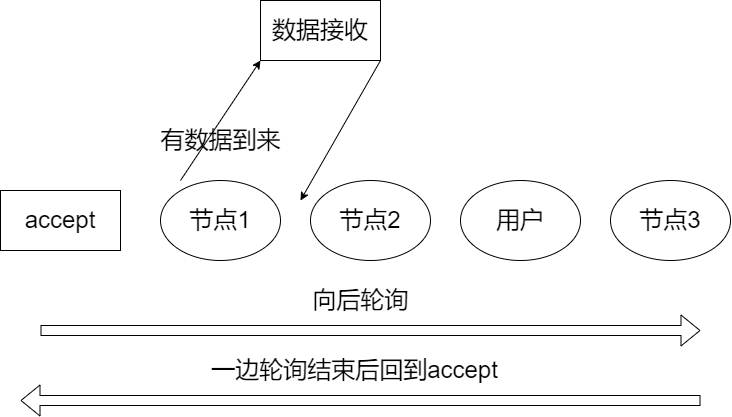
Earlier version of the draw.io export 系统流程图/轮询节点设计.png (PDsday/graduation_file). Source tidied: cells renumbered, new cells last; positions are measured from the earlier drawing's top-left corner, leaving out a move shared by most shapes.
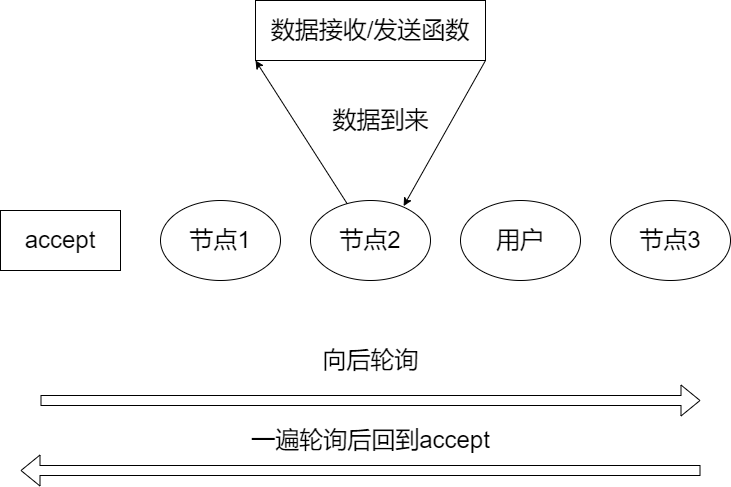
Later version of the same file.

Change to the diagram source:
```diff
@@ -17,39 +17,35 @@
     <mxCell id="6" value="&lt;span style=&quot;font-size: 24px;&quot;&gt;用户&lt;/span&gt;" style="ellipse;whiteSpace=wrap;html=1;" parent="1" vertex="1">
       <mxGeometry x="460" y="180" width="120" height="80" as="geometry" />
     </mxCell>
-    <mxCell id="7" style="endArrow=classic;html=1;fontSize=24;entryX=0;entryY=1;entryDx=0;entryDy=0;" parent="1" edge="1" target="8">
-      <mxGeometry relative="1" as="geometry">
-        <mxPoint x="180" y="180" as="sourcePoint" />
-      </mxGeometry>
+    <mxCell id="7" style="endArrow=classic;html=1;fontSize=24;entryX=0;entryY=1;entryDx=0;entryDy=0;" parent="1" edge="1" source="4" target="8">
+      <mxGeometry relative="1" as="geometry" />
     </mxCell>
-    <mxCell id="8" value="数据接收" style="rounded=0;whiteSpace=wrap;html=1;fontSize=24;" parent="1" vertex="1">
-      <mxGeometry x="260" width="120" height="60" as="geometry" />
+    <mxCell id="8" value="数据接收/发送函数" style="rounded=0;whiteSpace=wrap;html=1;fontSize=24;" parent="1" vertex="1">
+      <mxGeometry x="255" y="-20" width="230" height="60" as="geometry" />
     </mxCell>
-    <mxCell id="9" style="endArrow=classic;html=1;fontSize=24;exitX=1;exitY=1;exitDx=0;exitDy=0;" parent="1" edge="1" source="8">
-      <mxGeometry relative="1" as="geometry">
-        <mxPoint x="300" y="200" as="targetPoint" />
-      </mxGeometry>
+    <mxCell id="9" style="endArrow=classic;html=1;fontSize=24;exitX=1;exitY=1;exitDx=0;exitDy=0;entryX=0.776;entryY=0.07;entryDx=0;entryDy=0;entryPerimeter=0;" parent="1" edge="1" source="8" target="4">
+      <mxGeometry relative="1" as="geometry" />
     </mxCell>
-    <mxCell id="10" value="有数据到来" style="text;html=1;align=center;verticalAlign=middle;strokeColor=none;fillColor=none;fontSize=24;" parent="1" vertex="1">
-      <mxGeometry x="150" y="120" width="140" height="40" as="geometry" />
+    <mxCell id="10" value="数据到来" style="text;html=1;align=center;verticalAlign=middle;strokeColor=none;fillColor=none;fontSize=24;" parent="1" vertex="1">
+      <mxGeometry x="320" y="80" width="120" height="40" as="geometry" />
     </mxCell>
     <mxCell id="11" style="shape=flexArrow;endArrow=classic;html=1;fontSize=24;" parent="1" edge="1">
       <mxGeometry relative="1" as="geometry">
-        <mxPoint x="40" y="330" as="sourcePoint" />
-        <mxPoint x="700" y="330" as="targetPoint" />
+        <mxPoint x="40" y="380" as="sourcePoint" />
+        <mxPoint x="700" y="380" as="targetPoint" />
       </mxGeometry>
     </mxCell>
     <mxCell id="12" value="向后轮询" style="text;html=1;align=center;verticalAlign=middle;strokeColor=none;fillColor=none;fontSize=24;" parent="1" vertex="1">
-      <mxGeometry x="300" y="280" width="120" height="40" as="geometry" />
+      <mxGeometry x="310" y="320" width="120" height="40" as="geometry" />
     </mxCell>
     <mxCell id="13" style="shape=flexArrow;endArrow=classic;html=1;fontSize=24;" parent="1" edge="1">
       <mxGeometry relative="1" as="geometry">
-        <mxPoint x="700" y="400" as="sourcePoint" />
-        <mxPoint x="20" y="400" as="targetPoint" />
+        <mxPoint x="700" y="450" as="sourcePoint" />
+        <mxPoint x="20" y="450" as="targetPoint" />
       </mxGeometry>
     </mxCell>
-    <mxCell id="14" value="一边轮询结束后回到accept" style="text;html=1;align=center;verticalAlign=middle;strokeColor=none;fillColor=none;fontSize=24;" parent="1" vertex="1">
-      <mxGeometry x="199" y="350" width="310" height="40" as="geometry" />
+    <mxCell id="14" value="&lt;font style=&quot;font-size: 24px;&quot;&gt;一遍轮询后回到accept&lt;/font&gt;" style="text;html=1;align=center;verticalAlign=middle;strokeColor=none;fillColor=none;" parent="1" vertex="1">
+      <mxGeometry x="240" y="400" width="260" height="40" as="geometry" />
     </mxCell>
   </root>
 </mxGraphModel>
```
